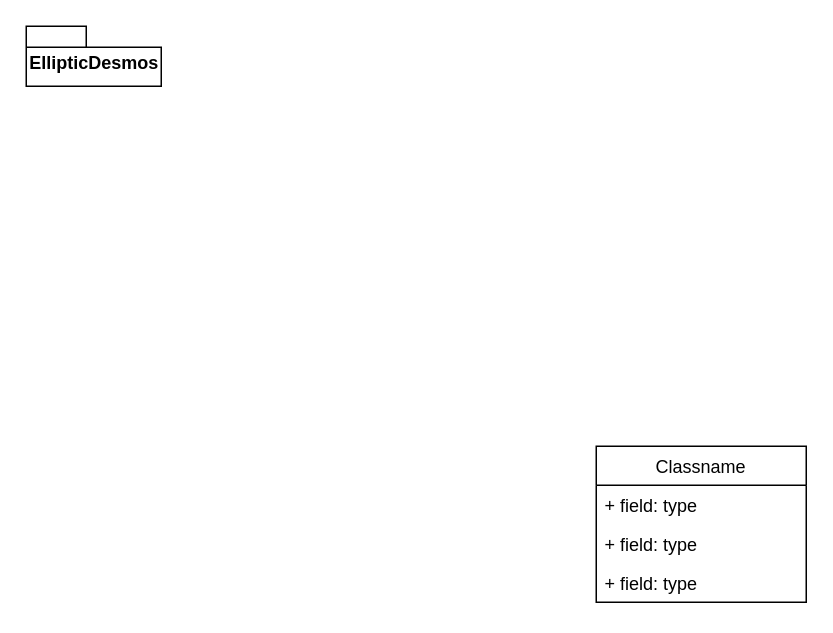
This is page "InterfaceGraphique" (1 of 2) of Untitled Diagram.drawio from 0xtter/ExplorateurElliptique, a draw.io file, before an edit. Source tidied: cells renumbered, new cells numbered last; positions are measured from the earlier drawing's top-left corner, leaving out a move shared by most shapes. Both pictures are drawn from the tidied source at 150%, with x=0, y=0 at pixel (26, 26).
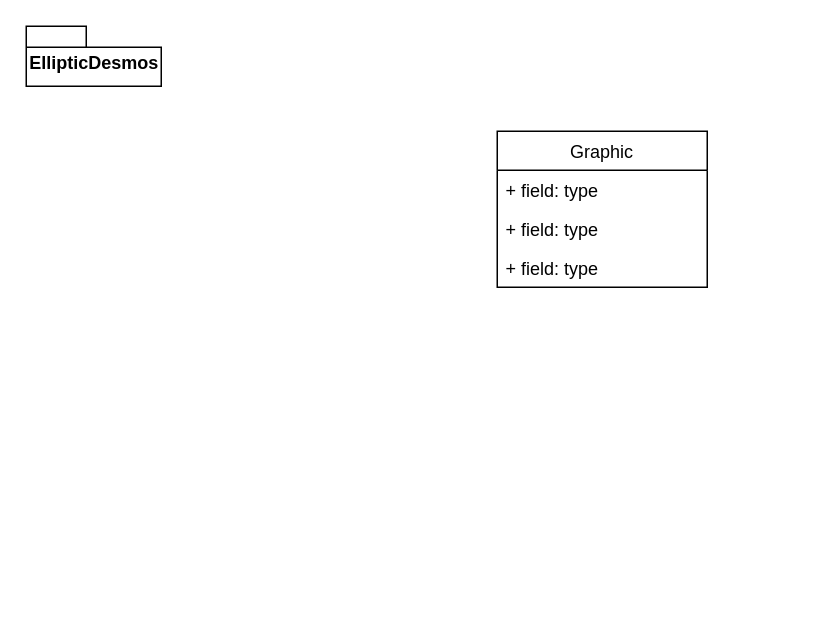
The same page after the edit.

Diff of the diagram source:
```diff
@@
 <mxGraphModel>
   <root>
     <mxCell id="0" />
     <mxCell id="1" parent="0" />
     <mxCell id="2" value="EllipticDesmos" style="shape=folder;fontStyle=1;spacingTop=10;tabWidth=40;tabHeight=14;tabPosition=left;html=1;" parent="1" vertex="1">
       <mxGeometry width="90" height="40" as="geometry" />
     </mxCell>
-    <mxCell id="3" value="Classname" style="swimlane;fontStyle=0;horizontal=1;startSize=26;fillColor=none;" parent="1" vertex="1">
-      <mxGeometry x="380" y="280" width="140" height="104" as="geometry" />
+    <mxCell id="3" value="Graphic" style="swimlane;fontStyle=0;horizontal=1;startSize=26;fillColor=none;" parent="1" vertex="1">
+      <mxGeometry x="314" y="70" width="140" height="104" as="geometry" />
     </mxCell>
     <mxCell id="4" value="+ field: type" style="text;strokeColor=none;fillColor=none;align=left;verticalAlign=top;spacingLeft=4;spacingRight=4;overflow=hidden;" parent="3" vertex="1">
       <mxGeometry y="26" width="140" height="26" as="geometry" />
     </mxCell>
     <mxCell id="5" value="+ field: type" style="text;strokeColor=none;fillColor=none;align=left;verticalAlign=top;spacingLeft=4;spacingRight=4;overflow=hidden;" parent="3" vertex="1">
       <mxGeometry y="52" width="140" height="26" as="geometry" />
     </mxCell>
     <mxCell id="6" value="+ field: type" style="text;strokeColor=none;fillColor=none;align=left;verticalAlign=top;spacingLeft=4;spacingRight=4;overflow=hidden;" parent="3" vertex="1">
       <mxGeometry y="78" width="140" height="26" as="geometry" />
     </mxCell>
   </root>
 </mxGraphModel>
```
